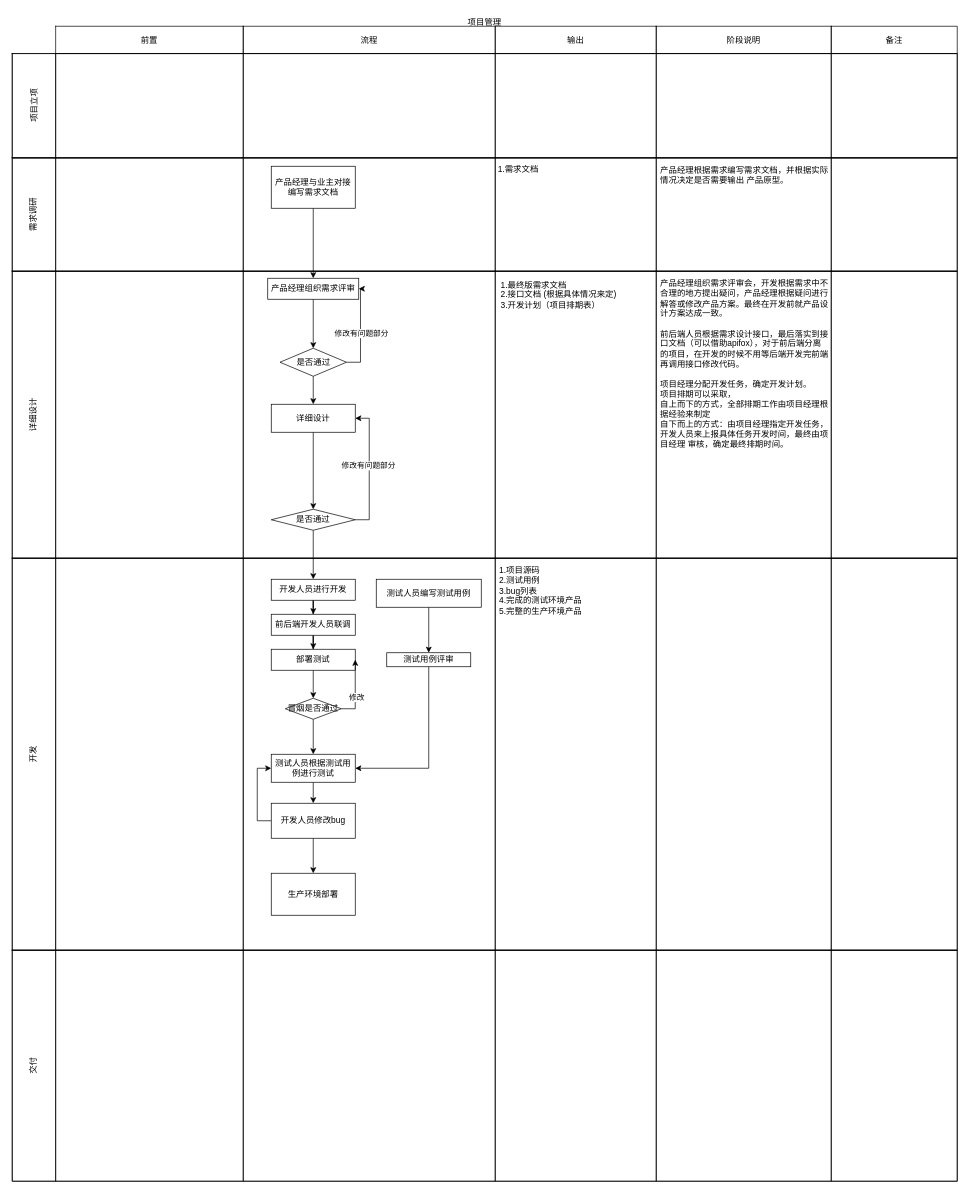
This is 未命名绘图.drawio from uiwifi/test, a draw.io file, before an edit. Source tidied: cells renumbered, new cells numbered last; positions are measured from the earlier drawing's top-left corner, leaving out a move shared by most shapes. Both pictures are drawn from the tidied source at 70%, with x=0, y=0 at pixel (12, 12).
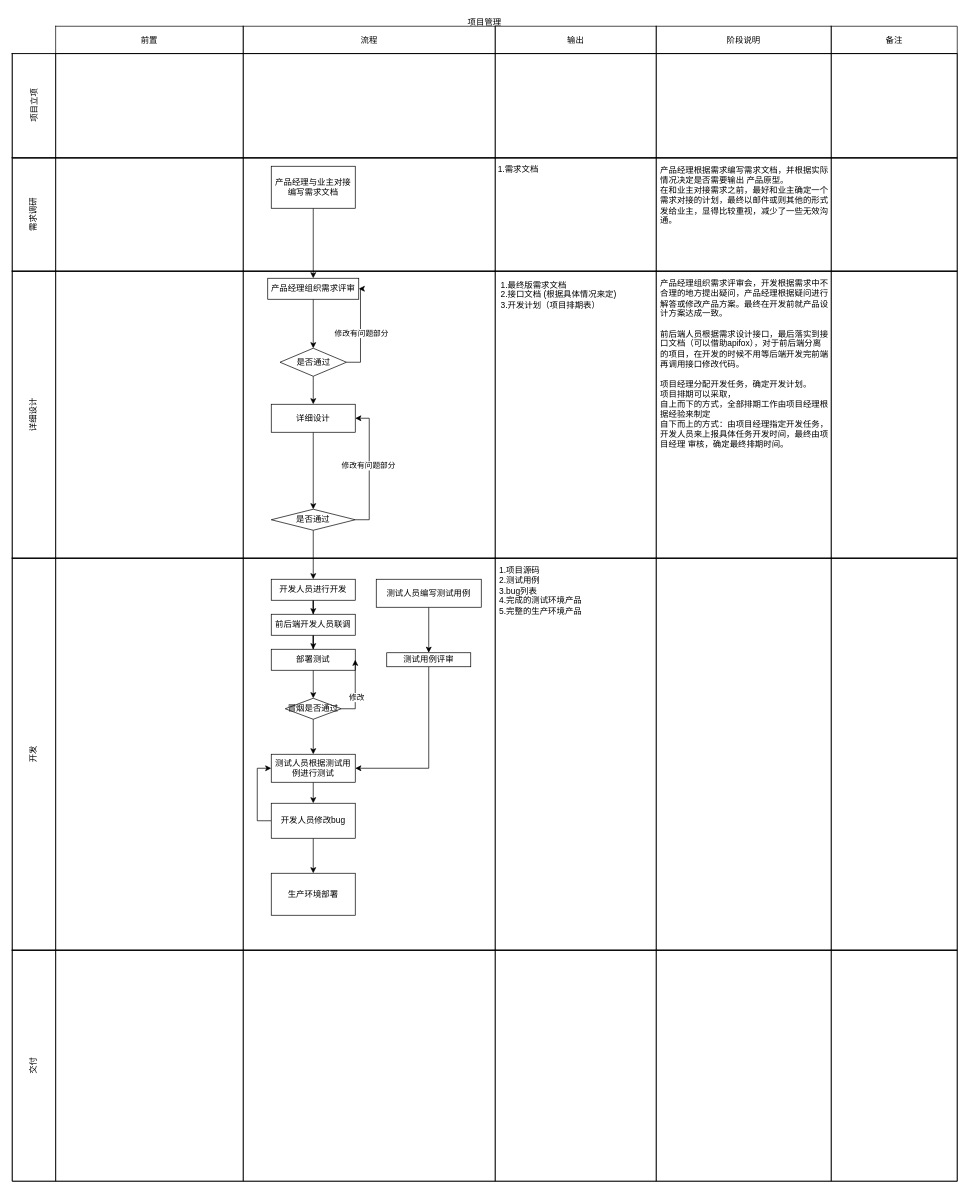
Above is the later version.

Unchanged cells that the change refers to:
```xml
<mxCell id="17" style="shape=partialRectangle;html=1;whiteSpace=wrap;fillColor=none;top=1;left=1;bottom=1;right=1;" parent="2" vertex="1">
  <mxGeometry y="208" width="1350" height="162" as="geometry" />
</mxCell>
```

What changed in the source:
```diff
@@
-    <mxCell id="22" value="产品经理根据需求编写需求文档，并根据实际情况决定是否需要输出 产品原型。" style="shape=partialRectangle;html=1;whiteSpace=wrap;fillColor=none;top=1;left=1;bottom=1;right=1;overflow=hidden;align=left;verticalAlign=top;horizontal=1;spacingTop=4;spacingLeft=4;spacingRight=4;spacingBottom=4;" parent="17" vertex="1">
+    <mxCell id="22" value="产品经理根据需求编写需求文档，并根据实际情况决定是否需要输出 产品原型。&lt;br&gt;在和业主对接需求之前，最好和业主确定一个&lt;br&gt;需求对接的计划，最终以邮件或则其他的形式发给业主，显得比较重视，减少了一些无效沟通。" style="shape=partialRectangle;html=1;whiteSpace=wrap;fillColor=none;top=1;left=1;bottom=1;right=1;overflow=hidden;align=left;verticalAlign=top;horizontal=1;spacingTop=4;spacingLeft=4;spacingRight=4;spacingBottom=4;" parent="17" vertex="1">
       <mxGeometry x="920" width="250" height="162" as="geometry" />
     </mxCell>
```
